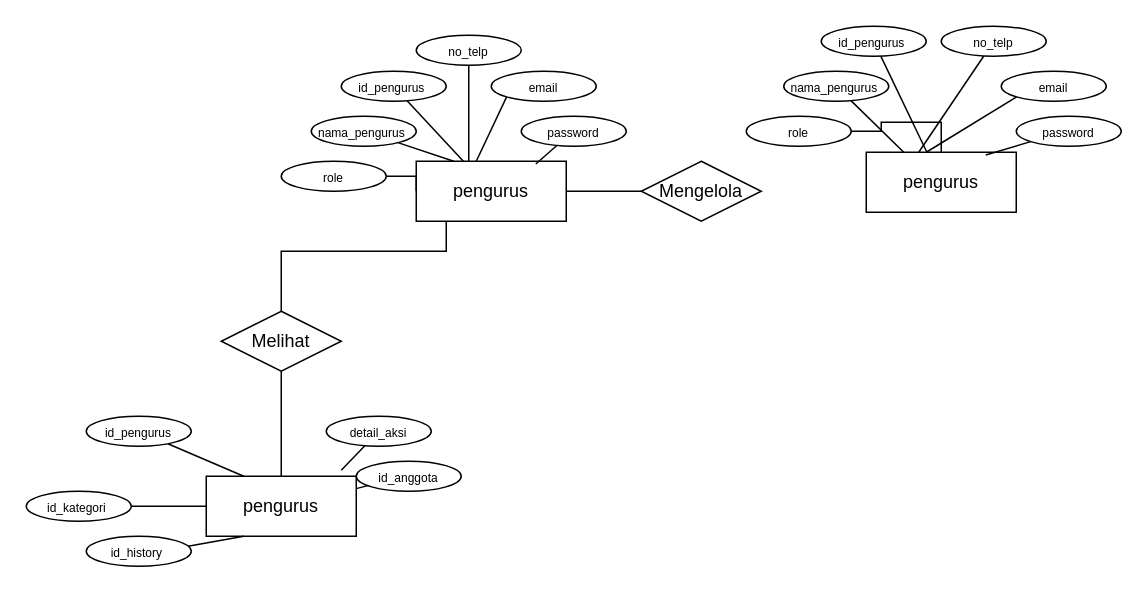
Above: Diagram Tanpa Judul.drawio in choirulhafifi/chocreat (draw.io), before the change. Source tidied: cells renumbered, new cells numbered last; positions are measured from the earlier drawing's top-left corner, leaving out a move shared by most shapes. Both pictures are drawn from the tidied source at 150%, with x=0, y=0 at pixel (26, 26).
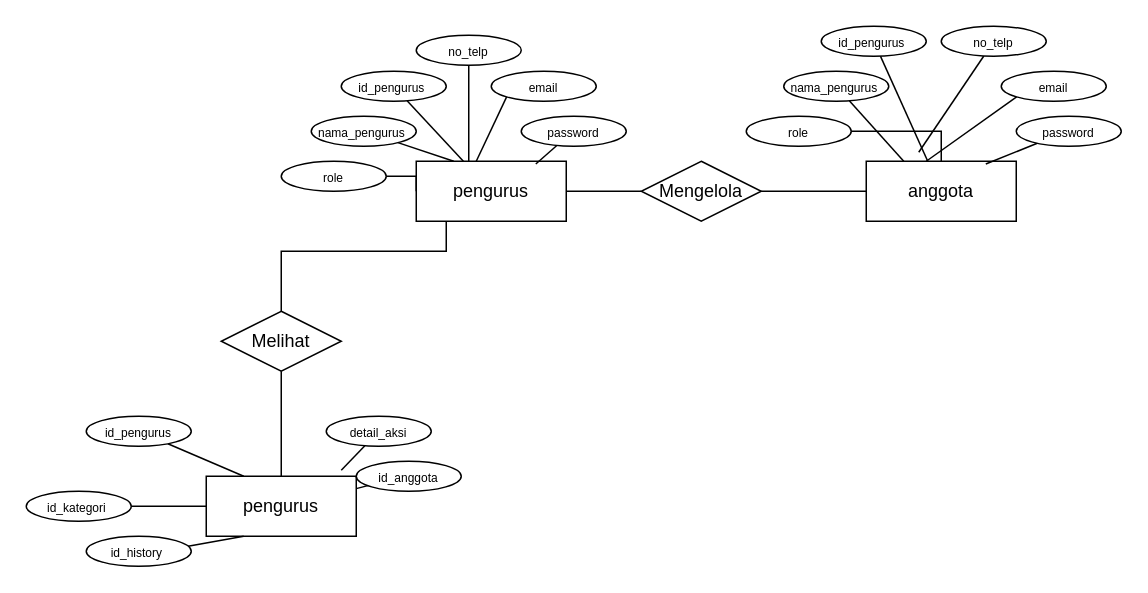
The same page after the edit.

The change refers to these unchanged cells:
```xml
<mxCell id="5" value="Mengelola" style="shape=rhombus;perimeter=rhombusPerimeter;whiteSpace=wrap;html=1;align=center;" parent="1" vertex="1">
  <mxGeometry x="410" y="90" width="80" height="40" as="geometry" />
</mxCell>
```

Diff of the diagram source:
```diff
@@
+    <mxCell id="48" style="edgeStyle=orthogonalEdgeStyle;rounded=0;jettySize=auto;html=1;entryX=0;entryY=0.5;entryDx=0;entryDy=0;endArrow=none;endFill=0;" parent="1" edge="1" source="5" target="33">
+      <mxGeometry relative="1" as="geometry" />
+    </mxCell>
@@
-    <mxCell id="33" value="pengurus" style="whiteSpace=wrap;html=1;align=center;" parent="1" vertex="1">
-      <mxGeometry x="560" y="84" width="100" height="40" as="geometry" />
+    <mxCell id="33" value="anggota" style="whiteSpace=wrap;html=1;align=center;" parent="1" vertex="1">
+      <mxGeometry x="560" y="90" width="100" height="40" as="geometry" />
     </mxCell>
```
